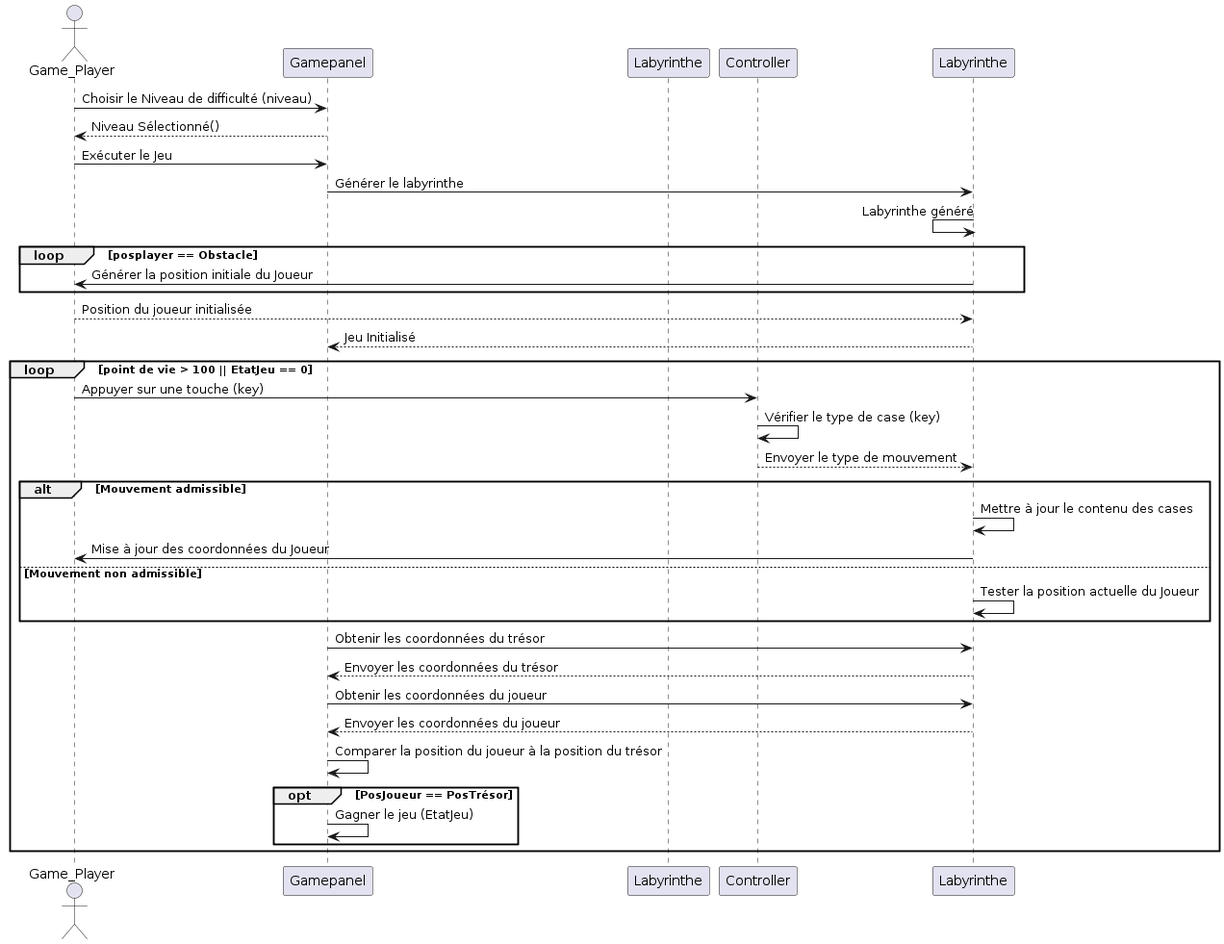
walidbrini/ACL-2023-UL-MAX keeps this PlantUML diagram as Documents/sprint2/Diagramme_de_sequence_general.png. Above is the earlier version.
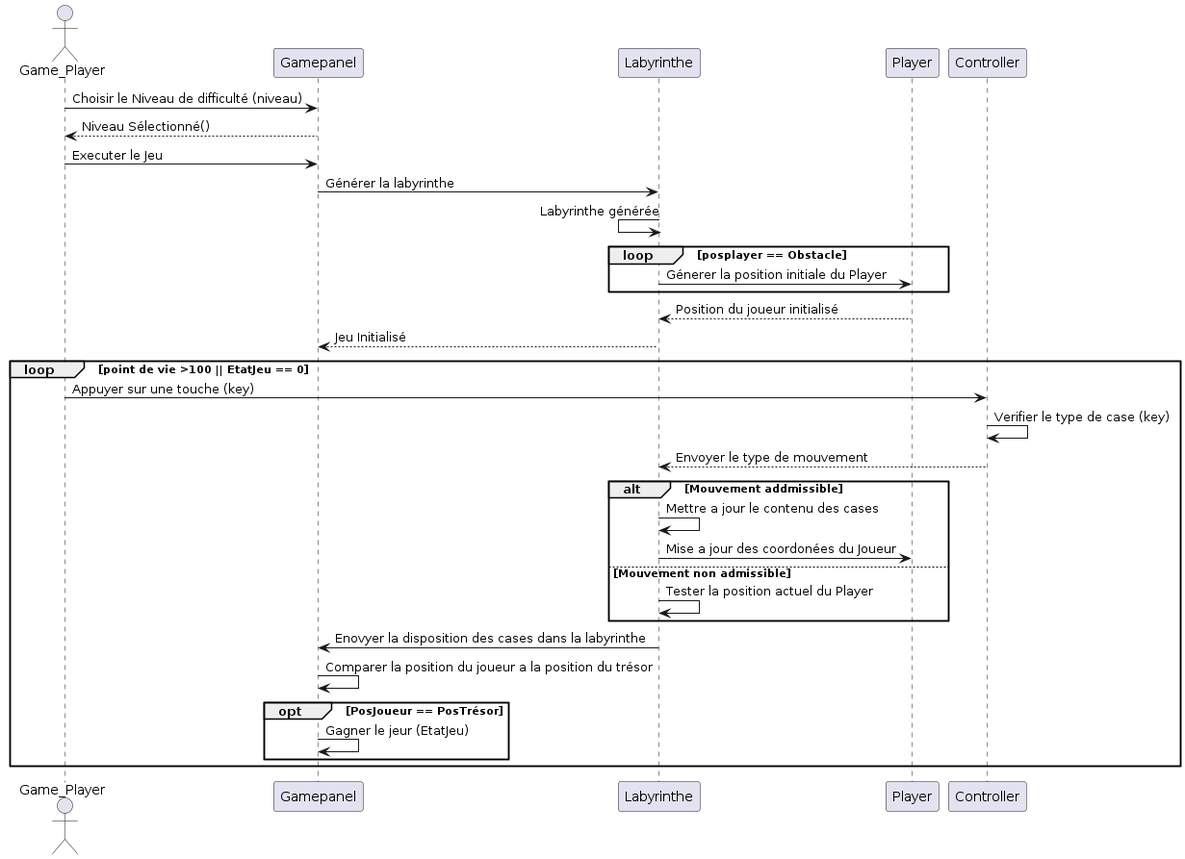
The same diagram one commit later.

Diff of the diagram source:
```diff
@@ -1,43 +1,43 @@
 @startuml
-actor Game_Player as Gamer
-participant Gamepanel as Game_Panel
-participant Labyrinthe as Labyrinth
+actor       Game_Player       as Gamer
+participant Gamepanel as Gamepanel
+
+
+Gamer -> Gamepanel: Choisir le Niveau de difficulté (niveau)
+Gamepanel --> Gamer : Niveau Sélectionné()
+Gamer -> Gamepanel: Executer le Jeu
+Gamepanel -> Labyrinthe : Générer la labyrinthe
+Labyrinthe <- Labyrinthe : Labyrinthe générée
+loop posplayer == Obstacle
+    Labyrinthe -> Player : Génerer la position initiale du Player
+end
+
+Player --> Labyrinthe : Position du joueur initialisé
+
+Labyrinthe --> Gamepanel : Jeu Initialisé
+
 participant Controller as Controller
 
-Gamer -> Game_Panel: Choisir le Niveau de difficulté (niveau)
-Game_Panel --> Gamer: Niveau Sélectionné()
-Gamer -> Game_Panel: Exécuter le Jeu
-Game_Panel -> Labyrinthe: Générer le labyrinthe
-Labyrinthe <- Labyrinthe: Labyrinthe généré
+loop point de vie >100 || EtatJeu == 0
+    Gamer-> Controller : Appuyer sur une touche (key)
+    Controller -> Controller : Verifier le type de case (key)
+    Controller --> Labyrinthe : Envoyer le type de mouvement
 
-loop posplayer == Obstacle
-    Labyrinthe -> Gamer: Générer la position initiale du Joueur
+    alt  Mouvement addmissible
+    Labyrinthe -> Labyrinthe : Mettre a jour le contenu des cases
+    Labyrinthe -> Player : Mise a jour des coordonées du Joueur
+    else Mouvement non admissible
+    Labyrinthe -> Labyrinthe : Tester la position actuel du Player
+
+    end
+
+    Labyrinthe -> Gamepanel : Enovyer la disposition des cases dans la labyrinthe
+    Gamepanel -> Gamepanel : Comparer la position du joueur a la position du trésor
+    opt  PosJoueur == PosTrésor
+        Gamepanel -> Gamepanel : Gagner le jeur (EtatJeu)
+    end
+
 end
 
-Gamer --> Labyrinthe: Position du joueur initialisée
-Labyrinthe --> Game_Panel: Jeu Initialisé
-
-loop point de vie > 100 || EtatJeu == 0
-    Gamer -> Controller: Appuyer sur une touche (key)
-    Controller -> Controller: Vérifier le type de case (key)
-    Controller --> Labyrinthe: Envoyer le type de mouvement
-
-    alt Mouvement admissible
-        Labyrinthe -> Labyrinthe: Mettre à jour le contenu des cases
-        Labyrinthe -> Gamer: Mise à jour des coordonnées du Joueur
-    else Mouvement non admissible
-        Labyrinthe -> Labyrinthe: Tester la position actuelle du Joueur
-    end
-
-    Game_Panel -> Labyrinthe: Obtenir les coordonnées du trésor
-    Labyrinthe --> Game_Panel: Envoyer les coordonnées du trésor
-    Game_Panel -> Labyrinthe: Obtenir les coordonnées du joueur
-    Labyrinthe --> Game_Panel: Envoyer les coordonnées du joueur
-
-    Game_Panel -> Game_Panel: Comparer la position du joueur à la position du trésor
-    opt PosJoueur == PosTrésor
-        Game_Panel -> Game_Panel: Gagner le jeu (EtatJeu)
-    end
-end
 
 @enduml
```
